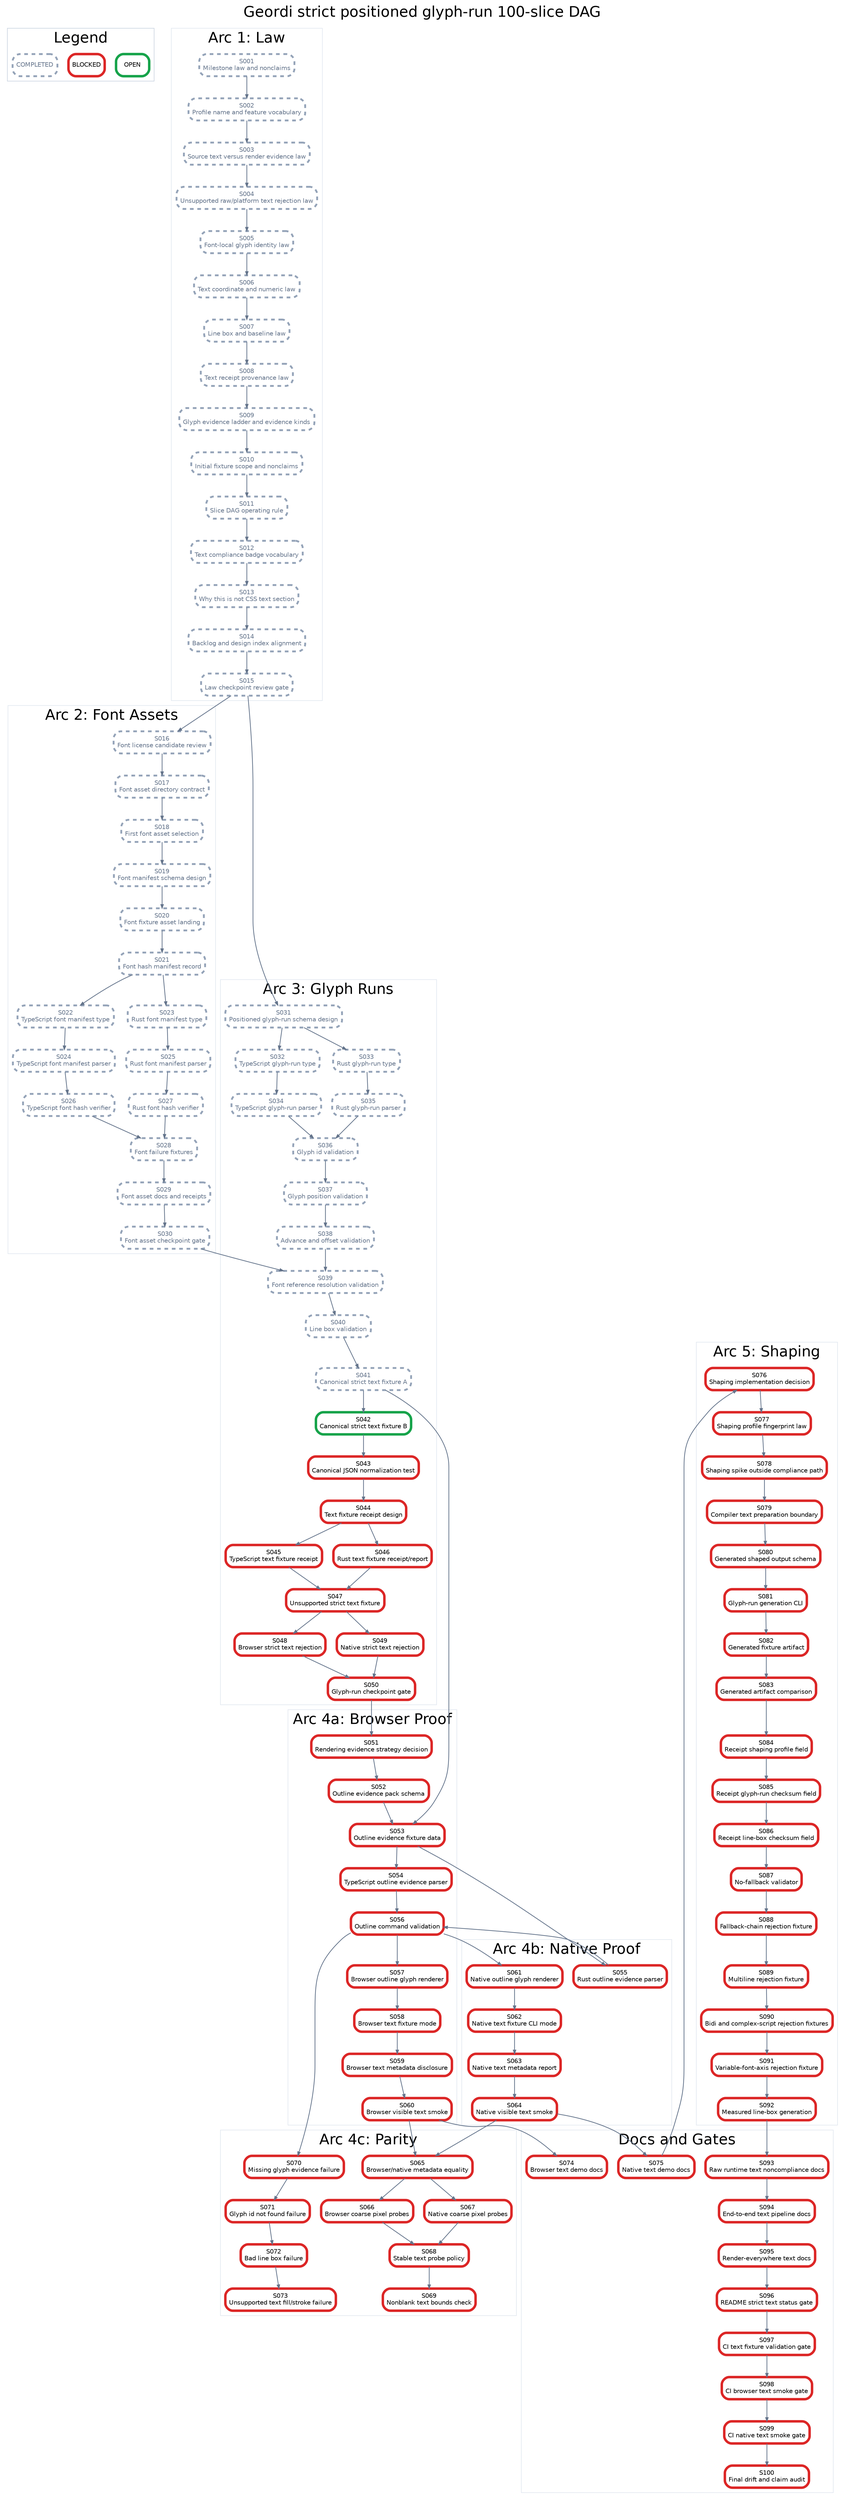
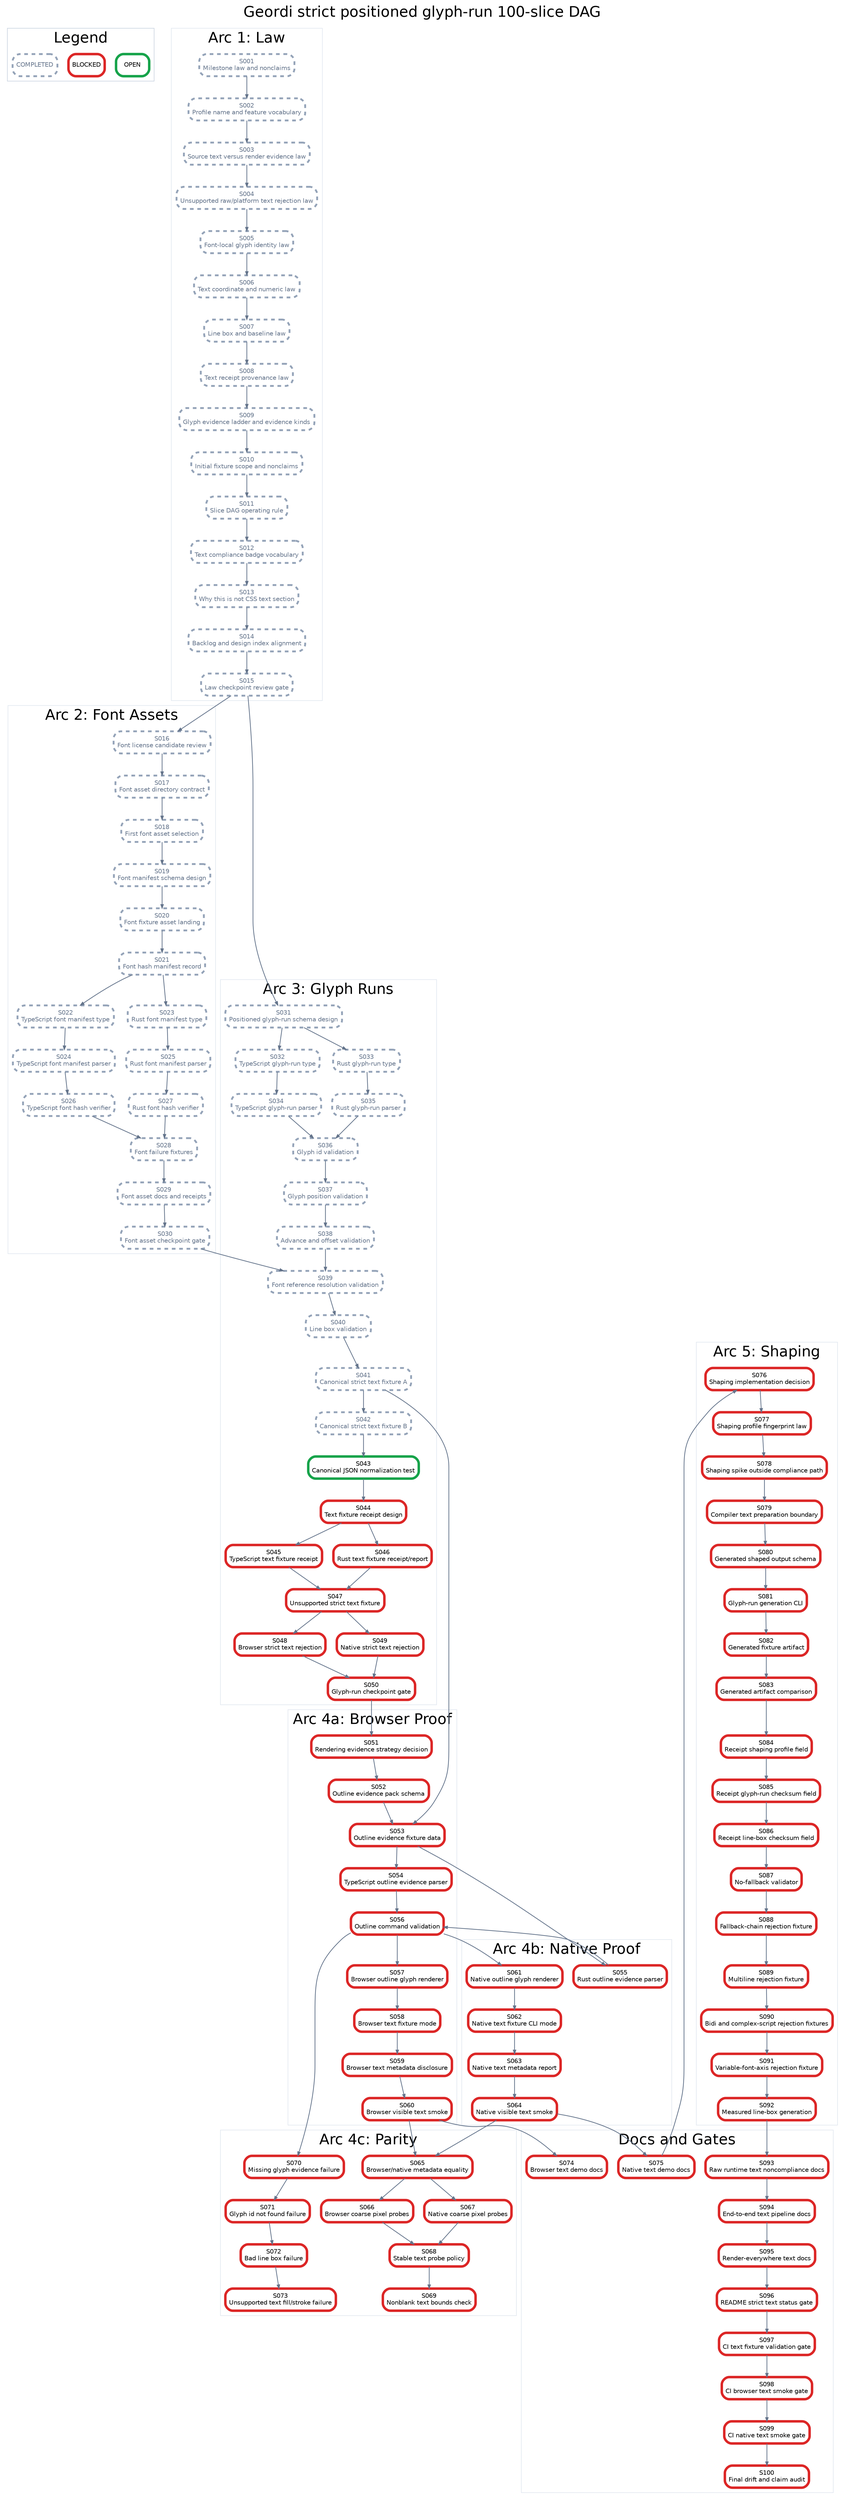
digraph StrictPositionedGlyphRunPlan {
  graph [rankdir=TB, bgcolor="white", fontname="Helvetica", label="Geordi strict positioned glyph-run 100-slice DAG", labelloc="t", fontsize=24];
  node [shape=box, style="rounded,filled", fillcolor="white", fontname="Helvetica", fontsize=10, margin="0.08,0.05"];
  edge [color="#64748b", arrowsize=0.6, penwidth=1.2];

  subgraph cluster_legend {
    label="Legend";
    color="#cbd5e1";
    legend_open [label="OPEN", color="#16a34a", penwidth=4];
    legend_blocked [label="BLOCKED", color="#dc2626", penwidth=4];
    legend_done [label="COMPLETED", color="#94a3b8", penwidth=3, style="rounded,filled,dashed", fontcolor="#64748b"];
  }

  subgraph cluster_law {
    label="Arc 1: Law";
    color="#e2e8f0";
    S001 [label="S001\nMilestone law and nonclaims", color="#94a3b8", penwidth=3, style="rounded,filled,dashed", fontcolor="#64748b"];
    S002 [label="S002\nProfile name and feature vocabulary", color="#94a3b8", penwidth=3, style="rounded,filled,dashed", fontcolor="#64748b"];
    S003 [label="S003\nSource text versus render evidence law", color="#94a3b8", penwidth=3, style="rounded,filled,dashed", fontcolor="#64748b"];
    S004 [label="S004\nUnsupported raw/platform text rejection law", color="#94a3b8", penwidth=3, style="rounded,filled,dashed", fontcolor="#64748b"];
    S005 [label="S005\nFont-local glyph identity law", color="#94a3b8", penwidth=3, style="rounded,filled,dashed", fontcolor="#64748b"];
    S006 [label="S006\nText coordinate and numeric law", color="#94a3b8", penwidth=3, style="rounded,filled,dashed", fontcolor="#64748b"];
    S007 [label="S007\nLine box and baseline law", color="#94a3b8", penwidth=3, style="rounded,filled,dashed", fontcolor="#64748b"];
    S008 [label="S008\nText receipt provenance law", color="#94a3b8", penwidth=3, style="rounded,filled,dashed", fontcolor="#64748b"];
    S009 [label="S009\nGlyph evidence ladder and evidence kinds", color="#94a3b8", penwidth=3, style="rounded,filled,dashed", fontcolor="#64748b"];
    S010 [label="S010\nInitial fixture scope and nonclaims", color="#94a3b8", penwidth=3, style="rounded,filled,dashed", fontcolor="#64748b"];
    S011 [label="S011\nSlice DAG operating rule", color="#94a3b8", penwidth=3, style="rounded,filled,dashed", fontcolor="#64748b"];
    S012 [label="S012\nText compliance badge vocabulary", color="#94a3b8", penwidth=3, style="rounded,filled,dashed", fontcolor="#64748b"];
    S013 [label="S013\nWhy this is not CSS text section", color="#94a3b8", penwidth=3, style="rounded,filled,dashed", fontcolor="#64748b"];
    S014 [label="S014\nBacklog and design index alignment", color="#94a3b8", penwidth=3, style="rounded,filled,dashed", fontcolor="#64748b"];
    S015 [label="S015\nLaw checkpoint review gate", color="#94a3b8", penwidth=3, style="rounded,filled,dashed", fontcolor="#64748b"];
  }

  subgraph cluster_assets {
    label="Arc 2: Font Assets";
    color="#e2e8f0";
    S016 [label="S016\nFont license candidate review", color="#94a3b8", penwidth=3, style="rounded,filled,dashed", fontcolor="#64748b"];
    S017 [label="S017\nFont asset directory contract", color="#94a3b8", penwidth=3, style="rounded,filled,dashed", fontcolor="#64748b"];
    S018 [label="S018\nFirst font asset selection", color="#94a3b8", penwidth=3, style="rounded,filled,dashed", fontcolor="#64748b"];
    S019 [label="S019\nFont manifest schema design", color="#94a3b8", penwidth=3, style="rounded,filled,dashed", fontcolor="#64748b"];
    S020 [label="S020\nFont fixture asset landing", color="#94a3b8", penwidth=3, style="rounded,filled,dashed", fontcolor="#64748b"];
    S021 [label="S021\nFont hash manifest record", color="#94a3b8", penwidth=3, style="rounded,filled,dashed", fontcolor="#64748b"];
    S022 [label="S022\nTypeScript font manifest type", color="#94a3b8", penwidth=3, style="rounded,filled,dashed", fontcolor="#64748b"];
    S023 [label="S023\nRust font manifest type", color="#94a3b8", penwidth=3, style="rounded,filled,dashed", fontcolor="#64748b"];
    S024 [label="S024\nTypeScript font manifest parser", color="#94a3b8", penwidth=3, style="rounded,filled,dashed", fontcolor="#64748b"];
    S025 [label="S025\nRust font manifest parser", color="#94a3b8", penwidth=3, style="rounded,filled,dashed", fontcolor="#64748b"];
    S026 [label="S026\nTypeScript font hash verifier", color="#94a3b8", penwidth=3, style="rounded,filled,dashed", fontcolor="#64748b"];
    S027 [label="S027\nRust font hash verifier", color="#94a3b8", penwidth=3, style="rounded,filled,dashed", fontcolor="#64748b"];
    S028 [label="S028\nFont failure fixtures", color="#94a3b8", penwidth=3, style="rounded,filled,dashed", fontcolor="#64748b"];
    S029 [label="S029\nFont asset docs and receipts", color="#94a3b8", penwidth=3, style="rounded,filled,dashed", fontcolor="#64748b"];
    S030 [label="S030\nFont asset checkpoint gate", color="#94a3b8", penwidth=3, style="rounded,filled,dashed", fontcolor="#64748b"];
  }

  subgraph cluster_glyph {
    label="Arc 3: Glyph Runs";
    color="#e2e8f0";
    S031 [label="S031\nPositioned glyph-run schema design", color="#94a3b8", penwidth=3, style="rounded,filled,dashed", fontcolor="#64748b"];
    S032 [label="S032\nTypeScript glyph-run type", color="#94a3b8", penwidth=3, style="rounded,filled,dashed", fontcolor="#64748b"];
    S033 [label="S033\nRust glyph-run type", color="#94a3b8", penwidth=3, style="rounded,filled,dashed", fontcolor="#64748b"];
    S034 [label="S034\nTypeScript glyph-run parser", color="#94a3b8", penwidth=3, style="rounded,filled,dashed", fontcolor="#64748b"];
    S035 [label="S035\nRust glyph-run parser", color="#94a3b8", penwidth=3, style="rounded,filled,dashed", fontcolor="#64748b"];
    S036 [label="S036\nGlyph id validation", color="#94a3b8", penwidth=3, style="rounded,filled,dashed", fontcolor="#64748b"];
    S037 [label="S037\nGlyph position validation", color="#94a3b8", penwidth=3, style="rounded,filled,dashed", fontcolor="#64748b"];
    S038 [label="S038\nAdvance and offset validation", color="#94a3b8", penwidth=3, style="rounded,filled,dashed", fontcolor="#64748b"];
    S039 [label="S039\nFont reference resolution validation", color="#94a3b8", penwidth=3, style="rounded,filled,dashed", fontcolor="#64748b"];
    S040 [label="S040\nLine box validation", color="#94a3b8", penwidth=3, style="rounded,filled,dashed", fontcolor="#64748b"];
    S041 [label="S041\nCanonical strict text fixture A", color="#94a3b8", penwidth=3, style="rounded,filled,dashed", fontcolor="#64748b"];
-     S042 [label="S042\nCanonical strict text fixture B", color="#16a34a", penwidth=4];
-     S043 [label="S043\nCanonical JSON normalization test", color="#dc2626", penwidth=4];
+     S042 [label="S042\nCanonical strict text fixture B", color="#94a3b8", penwidth=3, style="rounded,filled,dashed", fontcolor="#64748b"];
+     S043 [label="S043\nCanonical JSON normalization test", color="#16a34a", penwidth=4];
    S044 [label="S044\nText fixture receipt design", color="#dc2626", penwidth=4];
    S045 [label="S045\nTypeScript text fixture receipt", color="#dc2626", penwidth=4];
    S046 [label="S046\nRust text fixture receipt/report", color="#dc2626", penwidth=4];
    S047 [label="S047\nUnsupported strict text fixture", color="#dc2626", penwidth=4];
    S048 [label="S048\nBrowser strict text rejection", color="#dc2626", penwidth=4];
    S049 [label="S049\nNative strict text rejection", color="#dc2626", penwidth=4];
    S050 [label="S050\nGlyph-run checkpoint gate", color="#dc2626", penwidth=4];
  }

  subgraph cluster_browser {
    label="Arc 4a: Browser Proof";
    color="#e2e8f0";
    S051 [label="S051\nRendering evidence strategy decision", color="#dc2626", penwidth=4];
    S052 [label="S052\nOutline evidence pack schema", color="#dc2626", penwidth=4];
    S053 [label="S053\nOutline evidence fixture data", color="#dc2626", penwidth=4];
    S054 [label="S054\nTypeScript outline evidence parser", color="#dc2626", penwidth=4];
    S056 [label="S056\nOutline command validation", color="#dc2626", penwidth=4];
    S057 [label="S057\nBrowser outline glyph renderer", color="#dc2626", penwidth=4];
    S058 [label="S058\nBrowser text fixture mode", color="#dc2626", penwidth=4];
    S059 [label="S059\nBrowser text metadata disclosure", color="#dc2626", penwidth=4];
    S060 [label="S060\nBrowser visible text smoke", color="#dc2626", penwidth=4];
  }

  subgraph cluster_native {
    label="Arc 4b: Native Proof";
    color="#e2e8f0";
    S055 [label="S055\nRust outline evidence parser", color="#dc2626", penwidth=4];
    S061 [label="S061\nNative outline glyph renderer", color="#dc2626", penwidth=4];
    S062 [label="S062\nNative text fixture CLI mode", color="#dc2626", penwidth=4];
    S063 [label="S063\nNative text metadata report", color="#dc2626", penwidth=4];
    S064 [label="S064\nNative visible text smoke", color="#dc2626", penwidth=4];
  }

  subgraph cluster_parity {
    label="Arc 4c: Parity";
    color="#e2e8f0";
    S065 [label="S065\nBrowser/native metadata equality", color="#dc2626", penwidth=4];
    S066 [label="S066\nBrowser coarse pixel probes", color="#dc2626", penwidth=4];
    S067 [label="S067\nNative coarse pixel probes", color="#dc2626", penwidth=4];
    S068 [label="S068\nStable text probe policy", color="#dc2626", penwidth=4];
    S069 [label="S069\nNonblank text bounds check", color="#dc2626", penwidth=4];
    S070 [label="S070\nMissing glyph evidence failure", color="#dc2626", penwidth=4];
    S071 [label="S071\nGlyph id not found failure", color="#dc2626", penwidth=4];
    S072 [label="S072\nBad line box failure", color="#dc2626", penwidth=4];
    S073 [label="S073\nUnsupported text fill/stroke failure", color="#dc2626", penwidth=4];
  }

  subgraph cluster_shaping {
    label="Arc 5: Shaping";
    color="#e2e8f0";
    S076 [label="S076\nShaping implementation decision", color="#dc2626", penwidth=4];
    S077 [label="S077\nShaping profile fingerprint law", color="#dc2626", penwidth=4];
    S078 [label="S078\nShaping spike outside compliance path", color="#dc2626", penwidth=4];
    S079 [label="S079\nCompiler text preparation boundary", color="#dc2626", penwidth=4];
    S080 [label="S080\nGenerated shaped output schema", color="#dc2626", penwidth=4];
    S081 [label="S081\nGlyph-run generation CLI", color="#dc2626", penwidth=4];
    S082 [label="S082\nGenerated fixture artifact", color="#dc2626", penwidth=4];
    S083 [label="S083\nGenerated artifact comparison", color="#dc2626", penwidth=4];
    S084 [label="S084\nReceipt shaping profile field", color="#dc2626", penwidth=4];
    S085 [label="S085\nReceipt glyph-run checksum field", color="#dc2626", penwidth=4];
    S086 [label="S086\nReceipt line-box checksum field", color="#dc2626", penwidth=4];
    S087 [label="S087\nNo-fallback validator", color="#dc2626", penwidth=4];
    S088 [label="S088\nFallback-chain rejection fixture", color="#dc2626", penwidth=4];
    S089 [label="S089\nMultiline rejection fixture", color="#dc2626", penwidth=4];
    S090 [label="S090\nBidi and complex-script rejection fixtures", color="#dc2626", penwidth=4];
    S091 [label="S091\nVariable-font-axis rejection fixture", color="#dc2626", penwidth=4];
    S092 [label="S092\nMeasured line-box generation", color="#dc2626", penwidth=4];
  }

  subgraph cluster_docs {
    label="Docs and Gates";
    color="#e2e8f0";
    S074 [label="S074\nBrowser text demo docs", color="#dc2626", penwidth=4];
    S075 [label="S075\nNative text demo docs", color="#dc2626", penwidth=4];
    S093 [label="S093\nRaw runtime text noncompliance docs", color="#dc2626", penwidth=4];
    S094 [label="S094\nEnd-to-end text pipeline docs", color="#dc2626", penwidth=4];
    S095 [label="S095\nRender-everywhere text docs", color="#dc2626", penwidth=4];
    S096 [label="S096\nREADME strict text status gate", color="#dc2626", penwidth=4];
    S097 [label="S097\nCI text fixture validation gate", color="#dc2626", penwidth=4];
    S098 [label="S098\nCI browser text smoke gate", color="#dc2626", penwidth=4];
    S099 [label="S099\nCI native text smoke gate", color="#dc2626", penwidth=4];
    S100 [label="S100\nFinal drift and claim audit", color="#dc2626", penwidth=4];
  }

  S001 -> S002;
  S002 -> S003;
  S003 -> S004;
  S004 -> S005;
  S005 -> S006;
  S006 -> S007;
  S007 -> S008;
  S008 -> S009;
  S009 -> S010;
  S010 -> S011;
  S011 -> S012;
  S012 -> S013;
  S013 -> S014;
  S014 -> S015;
  S015 -> S016;
  S016 -> S017;
  S017 -> S018;
  S018 -> S019;
  S019 -> S020;
  S020 -> S021;
  S021 -> S022;
  S021 -> S023;
  S022 -> S024;
  S023 -> S025;
  S024 -> S026;
  S025 -> S027;
  S026 -> S028;
  S027 -> S028;
  S028 -> S029;
  S029 -> S030;
  S015 -> S031;
  S031 -> S032;
  S031 -> S033;
  S032 -> S034;
  S033 -> S035;
  S034 -> S036;
  S035 -> S036;
  S036 -> S037;
  S037 -> S038;
  S038 -> S039;
  S039 -> S040;
  S030 -> S039;
  S040 -> S041;
  S041 -> S042;
  S042 -> S043;
  S043 -> S044;
  S044 -> S045;
  S044 -> S046;
  S045 -> S047;
  S046 -> S047;
  S047 -> S048;
  S047 -> S049;
  S048 -> S050;
  S049 -> S050;
  S050 -> S051;
  S051 -> S052;
  S052 -> S053;
  S041 -> S053;
  S053 -> S054;
  S053 -> S055;
  S054 -> S056;
  S055 -> S056;
  S056 -> S057;
  S057 -> S058;
  S058 -> S059;
  S059 -> S060;
  S056 -> S061;
  S061 -> S062;
  S062 -> S063;
  S063 -> S064;
  S060 -> S065;
  S064 -> S065;
  S065 -> S066;
  S065 -> S067;
  S066 -> S068;
  S067 -> S068;
  S068 -> S069;
  S056 -> S070;
  S070 -> S071;
  S071 -> S072;
  S072 -> S073;
  S060 -> S074;
  S064 -> S075;
  S075 -> S076;
  S076 -> S077;
  S077 -> S078;
  S078 -> S079;
  S079 -> S080;
  S080 -> S081;
  S081 -> S082;
  S082 -> S083;
  S083 -> S084;
  S084 -> S085;
  S085 -> S086;
  S086 -> S087;
  S087 -> S088;
  S088 -> S089;
  S089 -> S090;
  S090 -> S091;
  S091 -> S092;
  S092 -> S093;
  S093 -> S094;
  S094 -> S095;
  S095 -> S096;
  S096 -> S097;
  S097 -> S098;
  S098 -> S099;
  S099 -> S100;
}
